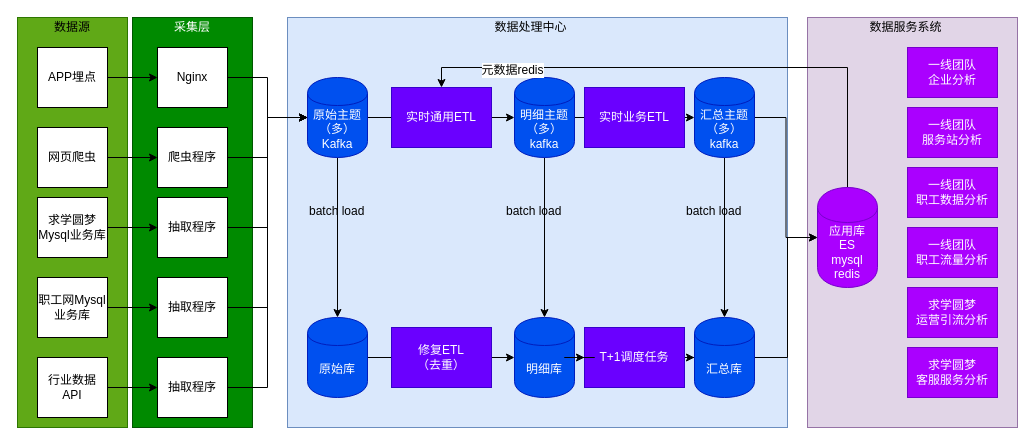
Earlier version of the draw.io diagram page "Page-2" (2 of 3) of workeredu/远程教育中心.drawio (kinvensan/drawio). Source tidied: cells renumbered, new cells numbered last; positions are measured from the earlier drawing's top-left corner, leaving out a move shared by most shapes. Both pictures are drawn from the tidied source at 100%, with x=0, y=0 at pixel (17, 17).
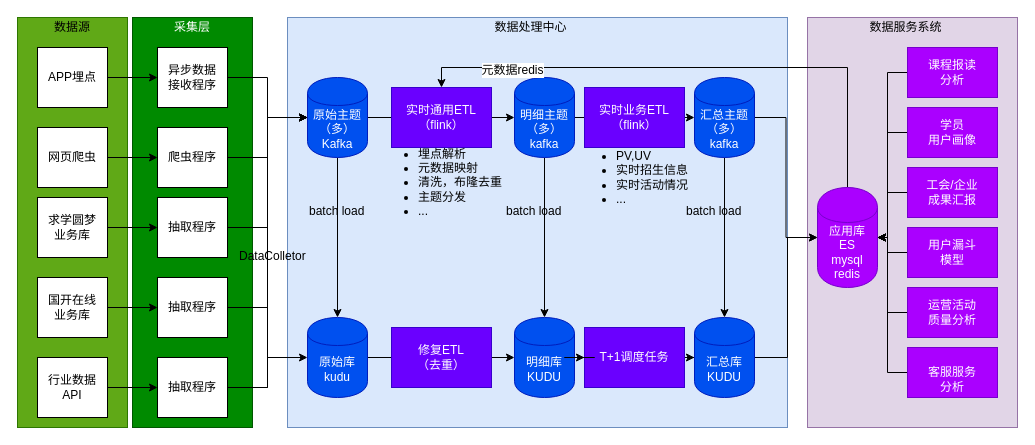
The same diagram, later.

Commit message:
Update 远程教育中心.drawio

The change refers to these unchanged cells:
```xml
<mxCell id="25" value="抽取程序" style="rounded=0;whiteSpace=wrap;html=1;" parent="1" vertex="1">
  <mxGeometry x="140" y="340" width="70" height="60" as="geometry" />
</mxCell>
<mxCell id="28" value="原始主题（多）Kafka" style="shape=cylinder;whiteSpace=wrap;html=1;boundedLbl=1;backgroundOutline=1;fillColor=#0050ef;strokeColor=#001DBC;fontColor=#ffffff;" parent="1" vertex="1">
  <mxGeometry x="290" y="60" width="60" height="80" as="geometry" />
</mxCell>
<mxCell id="51" value="应用库&lt;br&gt;ES&lt;br&gt;mysql&lt;br&gt;redis" style="shape=cylinder;whiteSpace=wrap;html=1;boundedLbl=1;backgroundOutline=1;fillColor=#aa00ff;strokeColor=#7700CC;fontColor=#ffffff;" parent="1" vertex="1">
  <mxGeometry x="800" y="170" width="60" height="100" as="geometry" />
</mxCell>
```

The edit, as a diff of the source:
```diff
@@
-    <mxCell id="11" value="求学圆梦&lt;br&gt;Mysql业务库" style="rounded=0;whiteSpace=wrap;html=1;" parent="1" vertex="1">
+    <mxCell id="11" value="求学圆梦&lt;br&gt;业务库" style="rounded=0;whiteSpace=wrap;html=1;" parent="1" vertex="1">
       <mxGeometry x="20" y="180" width="70" height="60" as="geometry" />
     </mxCell>
@@
-    <mxCell id="13" value="职工网Mysql业务库" style="rounded=0;whiteSpace=wrap;html=1;" parent="1" vertex="1">
+    <mxCell id="13" value="国开在线&lt;br&gt;业务库" style="rounded=0;whiteSpace=wrap;html=1;" parent="1" vertex="1">
       <mxGeometry x="20" y="260" width="70" height="60" as="geometry" />
     </mxCell>
@@
-    <mxCell id="19" value="Nginx" style="rounded=0;whiteSpace=wrap;html=1;" parent="1" vertex="1">
+    <mxCell id="19" value="异步数据&lt;br&gt;接收程序" style="rounded=0;whiteSpace=wrap;html=1;" parent="1" vertex="1">
       <mxGeometry x="140" y="30" width="70" height="60" as="geometry" />
     </mxCell>
@@
-    <mxCell id="24" style="edgeStyle=orthogonalEdgeStyle;rounded=0;jettySize=auto;html=1;entryX=0;entryY=0.5;entryDx=0;entryDy=0;" parent="1" edge="1" source="25" target="28">
+    <mxCell id="24" style="edgeStyle=orthogonalEdgeStyle;rounded=0;jettySize=auto;html=1;" parent="1" edge="1" source="25" target="31">
       <mxGeometry relative="1" as="geometry" />
     </mxCell>
+    <mxCell id="62" style="edgeStyle=orthogonalEdgeStyle;rounded=0;jettySize=auto;html=1;entryX=0;entryY=0.5;entryDx=0;entryDy=0;" parent="1" edge="1" source="25" target="28">
+      <mxGeometry relative="1" as="geometry" />
+    </mxCell>
@@
-    <mxCell id="29" value="实时通用ETL" style="rounded=0;whiteSpace=wrap;html=1;fillColor=#6a00ff;strokeColor=#3700CC;fontColor=#ffffff;" parent="1" vertex="1">
+    <mxCell id="29" value="实时通用ETL&lt;br&gt;（flink）" style="rounded=0;whiteSpace=wrap;html=1;fillColor=#6a00ff;strokeColor=#3700CC;fontColor=#ffffff;" parent="1" vertex="1">
       <mxGeometry x="374" y="70" width="100" height="60" as="geometry" />
     </mxCell>
@@
-    <mxCell id="31" value="原始库" style="shape=cylinder;whiteSpace=wrap;html=1;boundedLbl=1;backgroundOutline=1;fillColor=#0050ef;strokeColor=#001DBC;fontColor=#ffffff;" parent="1" vertex="1">
+    <mxCell id="31" value="原始库&lt;br&gt;kudu" style="shape=cylinder;whiteSpace=wrap;html=1;boundedLbl=1;backgroundOutline=1;fillColor=#0050ef;strokeColor=#001DBC;fontColor=#ffffff;" parent="1" vertex="1">
       <mxGeometry x="290" y="300" width="60" height="80" as="geometry" />
     </mxCell>
@@
-    <mxCell id="33" value="明细库" style="shape=cylinder;whiteSpace=wrap;html=1;boundedLbl=1;backgroundOutline=1;fillColor=#0050ef;strokeColor=#001DBC;fontColor=#ffffff;" parent="1" vertex="1">
+    <mxCell id="33" value="明细库&lt;br&gt;KUDU" style="shape=cylinder;whiteSpace=wrap;html=1;boundedLbl=1;backgroundOutline=1;fillColor=#0050ef;strokeColor=#001DBC;fontColor=#ffffff;" parent="1" vertex="1">
       <mxGeometry x="497" y="300" width="60" height="80" as="geometry" />
     </mxCell>
@@
-    <mxCell id="35" value="汇总库" style="shape=cylinder;whiteSpace=wrap;html=1;boundedLbl=1;backgroundOutline=1;fillColor=#0050ef;strokeColor=#001DBC;fontColor=#ffffff;" parent="1" vertex="1">
+    <mxCell id="35" value="汇总库&lt;br&gt;KUDU" style="shape=cylinder;whiteSpace=wrap;html=1;boundedLbl=1;backgroundOutline=1;fillColor=#0050ef;strokeColor=#001DBC;fontColor=#ffffff;" parent="1" vertex="1">
       <mxGeometry x="677" y="300" width="60" height="80" as="geometry" />
     </mxCell>
@@
-    <mxCell id="42" value="实时业务ETL" style="rounded=0;whiteSpace=wrap;html=1;fillColor=#6a00ff;strokeColor=#3700CC;fontColor=#ffffff;" parent="1" vertex="1">
+    <mxCell id="42" value="实时业务ETL&lt;br&gt;（flink）" style="rounded=0;whiteSpace=wrap;html=1;fillColor=#6a00ff;strokeColor=#3700CC;fontColor=#ffffff;" parent="1" vertex="1">
       <mxGeometry x="567" y="70" width="100" height="60" as="geometry" />
     </mxCell>
@@
+    <mxCell id="63" style="edgeStyle=orthogonalEdgeStyle;rounded=0;jettySize=auto;html=1;entryX=1;entryY=0.5;entryDx=0;entryDy=0;" parent="1" edge="1" source="55" target="51">
+      <mxGeometry relative="1" as="geometry">
+        <Array as="points">
+          <mxPoint x="870" y="55" />
+          <mxPoint x="870" y="220" />
+        </Array>
+      </mxGeometry>
+    </mxCell>
-    <mxCell id="55" value="一线团队&lt;br&gt;企业分析" style="rounded=0;whiteSpace=wrap;html=1;fontColor=#ffffff;fillColor=#aa00ff;strokeColor=#7700CC;" parent="1" vertex="1">
+    <mxCell id="55" value="课程报读&lt;br&gt;分析" style="rounded=0;whiteSpace=wrap;html=1;fontColor=#ffffff;fillColor=#aa00ff;strokeColor=#7700CC;" parent="1" vertex="1">
       <mxGeometry x="890" y="30" width="90" height="50" as="geometry" />
     </mxCell>
+    <mxCell id="64" style="edgeStyle=orthogonalEdgeStyle;rounded=0;jettySize=auto;html=1;" parent="1" edge="1" source="56" target="51">
+      <mxGeometry relative="1" as="geometry">
+        <Array as="points">
+          <mxPoint x="870" y="115" />
+          <mxPoint x="870" y="220" />
+        </Array>
+      </mxGeometry>
+    </mxCell>
-    <mxCell id="56" value="一线团队&lt;br&gt;服务站分析" style="rounded=0;whiteSpace=wrap;html=1;fontColor=#ffffff;fillColor=#aa00ff;strokeColor=#7700CC;" parent="1" vertex="1">
+    <mxCell id="56" value="学员&lt;br&gt;用户画像" style="rounded=0;whiteSpace=wrap;html=1;fontColor=#ffffff;fillColor=#aa00ff;strokeColor=#7700CC;" parent="1" vertex="1">
       <mxGeometry x="890" y="90" width="90" height="50" as="geometry" />
     </mxCell>
+    <mxCell id="65" style="edgeStyle=orthogonalEdgeStyle;rounded=0;jettySize=auto;html=1;entryX=1;entryY=0.5;entryDx=0;entryDy=0;" parent="1" edge="1" source="57" target="51">
+      <mxGeometry relative="1" as="geometry" />
+    </mxCell>
-    <mxCell id="57" value="一线团队&lt;br&gt;职工数据分析" style="rounded=0;whiteSpace=wrap;html=1;fontColor=#ffffff;fillColor=#aa00ff;strokeColor=#7700CC;" parent="1" vertex="1">
+    <mxCell id="57" value="工会/企业&lt;br&gt;成果汇报" style="rounded=0;whiteSpace=wrap;html=1;fontColor=#ffffff;fillColor=#aa00ff;strokeColor=#7700CC;" parent="1" vertex="1">
       <mxGeometry x="890" y="150" width="90" height="50" as="geometry" />
     </mxCell>
+    <mxCell id="66" style="edgeStyle=orthogonalEdgeStyle;rounded=0;jettySize=auto;html=1;entryX=1;entryY=0.5;entryDx=0;entryDy=0;" parent="1" edge="1" source="58" target="51">
+      <mxGeometry relative="1" as="geometry" />
+    </mxCell>
-    <mxCell id="58" value="一线团队&lt;br&gt;职工流量分析" style="rounded=0;whiteSpace=wrap;html=1;fontColor=#ffffff;fillColor=#aa00ff;strokeColor=#7700CC;" parent="1" vertex="1">
+    <mxCell id="58" value="用户漏斗&lt;br&gt;模型" style="rounded=0;whiteSpace=wrap;html=1;fontColor=#ffffff;fillColor=#aa00ff;strokeColor=#7700CC;" parent="1" vertex="1">
       <mxGeometry x="890" y="210" width="90" height="50" as="geometry" />
     </mxCell>
+    <mxCell id="67" style="edgeStyle=orthogonalEdgeStyle;rounded=0;jettySize=auto;html=1;" parent="1" edge="1" source="59" target="51">
+      <mxGeometry relative="1" as="geometry">
+        <Array as="points">
+          <mxPoint x="870" y="295" />
+          <mxPoint x="870" y="220" />
+        </Array>
+      </mxGeometry>
+    </mxCell>
-    <mxCell id="59" value="求学圆梦&lt;br&gt;运营引流分析" style="rounded=0;whiteSpace=wrap;html=1;fontColor=#ffffff;fillColor=#aa00ff;strokeColor=#7700CC;" parent="1" vertex="1">
+    <mxCell id="59" value="运营活动&lt;br&gt;质量分析" style="rounded=0;whiteSpace=wrap;html=1;fontColor=#ffffff;fillColor=#aa00ff;strokeColor=#7700CC;" parent="1" vertex="1">
       <mxGeometry x="890" y="270" width="90" height="50" as="geometry" />
     </mxCell>
+    <mxCell id="68" style="edgeStyle=orthogonalEdgeStyle;rounded=0;jettySize=auto;html=1;entryX=1;entryY=0.5;entryDx=0;entryDy=0;" parent="1" edge="1" source="60" target="51">
+      <mxGeometry relative="1" as="geometry">
+        <Array as="points">
+          <mxPoint x="870" y="355" />
+          <mxPoint x="870" y="220" />
+        </Array>
+      </mxGeometry>
+    </mxCell>
-    <mxCell id="60" value="求学圆梦&lt;br&gt;客服服务分析" style="rounded=0;whiteSpace=wrap;html=1;fontColor=#ffffff;fillColor=#aa00ff;strokeColor=#7700CC;" parent="1" vertex="1">
+    <mxCell id="60" value="&lt;br&gt;客服服务&lt;br&gt;分析" style="rounded=0;whiteSpace=wrap;html=1;fontColor=#ffffff;fillColor=#aa00ff;strokeColor=#7700CC;" parent="1" vertex="1">
       <mxGeometry x="890" y="330" width="90" height="50" as="geometry" />
     </mxCell>
@@
+    <mxCell id="69" value="DataColletor" style="text;html=1;" parent="1" vertex="1">
+      <mxGeometry x="220" y="225" width="80" height="30" as="geometry" />
+    </mxCell>
+    <mxCell id="70" value="&lt;ul&gt;&lt;li&gt;埋点解析&lt;/li&gt;&lt;li&gt;元数据映射&lt;/li&gt;&lt;li&gt;清洗，布隆去重&lt;/li&gt;&lt;li&gt;主题分发&lt;/li&gt;&lt;li&gt;...&lt;/li&gt;&lt;/ul&gt;" style="text;html=1;strokeColor=none;fillColor=none;align=left;verticalAlign=middle;whiteSpace=wrap;rounded=0;" parent="1" vertex="1">
+      <mxGeometry x="358.5" y="112.5" width="130" height="105" as="geometry" />
+    </mxCell>
+    <mxCell id="71" value="&lt;ul&gt;&lt;li&gt;PV,UV&lt;/li&gt;&lt;li&gt;实时招生信息&lt;/li&gt;&lt;li&gt;实时活动情况&lt;/li&gt;&lt;li&gt;...&lt;/li&gt;&lt;/ul&gt;" style="text;html=1;strokeColor=none;fillColor=none;align=left;verticalAlign=middle;whiteSpace=wrap;rounded=0;" parent="1" vertex="1">
+      <mxGeometry x="557" y="107.5" width="130" height="105" as="geometry" />
+    </mxCell>
```
